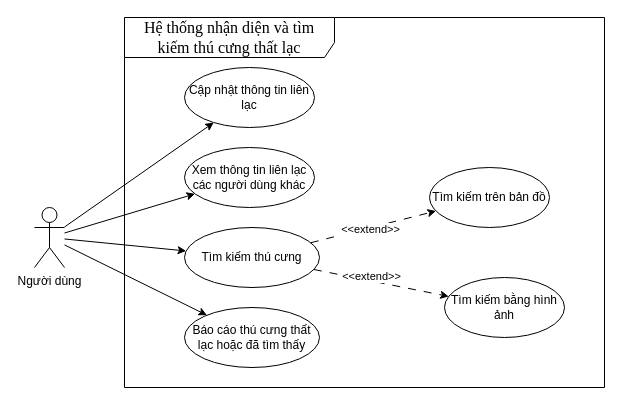
Before: Untitled Diagram.drawio in TranSiTien/anchor-fetch-idl-history, a draw.io diagram. Source tidied: cells renumbered, new cells numbered last; positions are measured from the earlier drawing's top-left corner, leaving out a move shared by most shapes. Both pictures are drawn from the tidied source at 100%, with x=0, y=0 at pixel (34, 17).
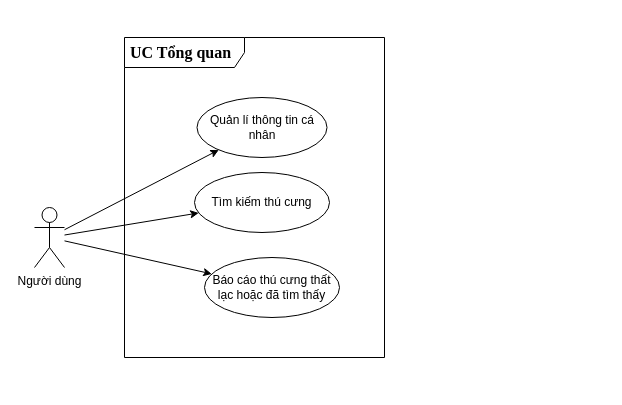
The same diagram, later.

Diff of the diagram source:
```diff
@@
 <mxGraphModel>
   <root>
     <mxCell id="0" />
     <mxCell id="1" parent="0" />
     <mxCell id="2" value="Người dùng" style="shape=umlActor;verticalLabelPosition=bottom;verticalAlign=top;html=1;outlineConnect=0;" parent="1" vertex="1">
       <mxGeometry y="190" width="30" height="60" as="geometry" />
     </mxCell>
-    <mxCell id="3" value="Cập nhật thông tin liên lạc" style="ellipse;whiteSpace=wrap;html=1;" parent="1" vertex="1">
-      <mxGeometry x="150" y="50" width="130" height="60" as="geometry" />
+    <mxCell id="3" value="Quản lí thông tin cá nhân" style="ellipse;whiteSpace=wrap;html=1;" parent="1" vertex="1">
+      <mxGeometry x="162.5" y="80" width="130" height="60" as="geometry" />
     </mxCell>
-    <mxCell id="4" value="Xem thông tin liên lạc các người dùng khác" style="ellipse;whiteSpace=wrap;html=1;" parent="1" vertex="1">
-      <mxGeometry x="150" y="130" width="130" height="60" as="geometry" />
-    </mxCell>
     <mxCell id="5" value="Tìm kiếm thú cưng" style="ellipse;whiteSpace=wrap;html=1;" parent="1" vertex="1">
-      <mxGeometry x="150" y="210" width="135" height="60" as="geometry" />
+      <mxGeometry x="160" y="155" width="135" height="60" as="geometry" />
     </mxCell>
     <mxCell id="6" value="Báo cáo thú cưng thất lạc hoặc đã tìm thấy" style="ellipse;whiteSpace=wrap;html=1;" parent="1" vertex="1">
-      <mxGeometry x="150" y="290" width="135" height="60" as="geometry" />
+      <mxGeometry x="170" y="240" width="135" height="60" as="geometry" />
     </mxCell>
-    <mxCell id="7" value="Tìm kiếm trên bản đồ" style="ellipse;whiteSpace=wrap;html=1;" parent="1" vertex="1">
-      <mxGeometry x="395" y="150" width="120" height="60" as="geometry" />
-    </mxCell>
-    <mxCell id="8" value="Tìm kiếm bằng hình ảnh" style="ellipse;whiteSpace=wrap;html=1;" parent="1" vertex="1">
-      <mxGeometry x="410" y="260" width="120" height="60" as="geometry" />
-    </mxCell>
     <mxCell id="9" style="endArrow=classic;html=1;rounded=0;" parent="1" edge="1" source="2" target="3">
       <mxGeometry relative="1" as="geometry" />
     </mxCell>
-    <mxCell id="10" style="endArrow=classic;html=1;rounded=0;" parent="1" edge="1" source="2" target="4">
-      <mxGeometry relative="1" as="geometry" />
-    </mxCell>
     <mxCell id="11" style="endArrow=classic;html=1;rounded=0;" parent="1" edge="1" source="2" target="5">
       <mxGeometry relative="1" as="geometry" />
     </mxCell>
     <mxCell id="12" style="endArrow=classic;html=1;rounded=0;" parent="1" edge="1" source="2" target="6">
       <mxGeometry relative="1" as="geometry" />
     </mxCell>
-    <mxCell id="13" style="endArrow=classic;html=1;rounded=0;dashed=1;dashPattern=8 8;" parent="1" edge="1" source="5" target="7">
-      <mxGeometry relative="1" as="geometry" />
-    </mxCell>
-    <mxCell id="14" value="&amp;lt;&amp;lt;extend&amp;gt;&amp;gt;" style="edgeLabel;html=1;align=center;verticalAlign=middle;" parent="13" vertex="1">
-      <mxGeometry x="-0.06" y="-1" relative="1" as="geometry" />
-    </mxCell>
-    <mxCell id="15" style="endArrow=classic;html=1;rounded=0;dashed=1;dashPattern=8 8;" parent="1" edge="1" source="5" target="8">
-      <mxGeometry relative="1" as="geometry" />
-    </mxCell>
-    <mxCell id="16" value="&amp;lt;&amp;lt;extend&amp;gt;&amp;gt;" style="edgeLabel;html=1;align=center;verticalAlign=middle;" parent="15" vertex="1">
-      <mxGeometry x="-0.28" y="3" relative="1" as="geometry">
-        <mxPoint x="8" as="offset" />
-      </mxGeometry>
-    </mxCell>
-    <mxCell id="17" value="&lt;span style=&quot;font-family: &amp;quot;Times New Roman&amp;quot;, serif;&quot;&gt;&lt;font style=&quot;font-size: 16px;&quot;&gt;Hệ thống nhận diện và tìm&lt;br&gt;kiếm thú cưng thất lạc&lt;/font&gt;&lt;/span&gt;" style="shape=umlFrame;whiteSpace=wrap;html=1;width=210;height=40;" parent="1" vertex="1">
-      <mxGeometry x="90" width="480" height="370" as="geometry" />
+    <mxCell id="17" value="&lt;font face=&quot;Times New Roman, serif&quot;&gt;&lt;span style=&quot;font-size: 16px;&quot;&gt;&lt;b&gt;&amp;nbsp;UC Tổng quan&lt;/b&gt;&lt;/span&gt;&lt;/font&gt;" style="shape=umlFrame;whiteSpace=wrap;html=1;width=120;height=30;align=left;" parent="1" vertex="1">
+      <mxGeometry x="90" y="20" width="260" height="320" as="geometry" />
     </mxCell>
   </root>
 </mxGraphModel>
```
